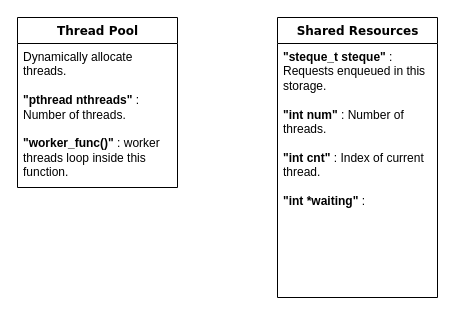
The draw.io diagram multi-client.drawio in kimilg/drawings, before the edit. Source tidied: cells renumbered, new cells numbered last; positions are measured from the earlier drawing's top-left corner, leaving out a move shared by most shapes. Both pictures are drawn from the tidied source at 100%, with x=0, y=0 at pixel (17, 17).
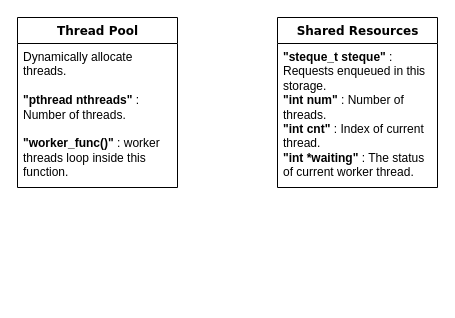
Above is the later version.

The edit, as a diff of the source:
```diff
@@
 <mxGraphModel background="#ffffff">
   <root>
     <mxCell id="0" />
     <mxCell id="1" parent="0" />
     <mxCell id="2" value="Thread Pool" style="swimlane;html=1;fontStyle=1;align=center;verticalAlign=top;horizontal=1;startSize=26;swimlaneFillColor=#ffffff;rounded=0;shadow=0;comic=0;labelBackgroundColor=none;strokeWidth=1;fillColor=none;fontFamily=Verdana;fontSize=12;" parent="1" vertex="1">
       <mxGeometry width="160" height="170" as="geometry" />
     </mxCell>
     <mxCell id="3" value="Dynamically allocate threads.&lt;br&gt;&lt;br&gt;&lt;b&gt;&quot;pthread nthreads&quot;&lt;/b&gt; : Number of threads.&lt;br&gt;&lt;br&gt;&lt;b&gt;&quot;worker_func()&quot;&lt;/b&gt; : worker threads loop inside this function." style="text;html=1;strokeColor=none;fillColor=none;align=left;verticalAlign=top;spacingLeft=4;spacingRight=4;whiteSpace=wrap;overflow=hidden;" parent="2" vertex="1">
       <mxGeometry y="26" width="160" height="144" as="geometry" />
     </mxCell>
     <mxCell id="4" value="Shared Resources" style="swimlane;html=1;fontStyle=1;align=center;verticalAlign=top;horizontal=1;startSize=26;swimlaneFillColor=#ffffff;rounded=0;shadow=0;comic=0;labelBackgroundColor=none;strokeWidth=1;fillColor=none;fontFamily=Verdana;fontSize=12;" parent="1" vertex="1">
-      <mxGeometry x="260" width="160" height="280" as="geometry" />
+      <mxGeometry x="260" width="160" height="170" as="geometry" />
     </mxCell>
-    <mxCell id="5" value="&lt;b&gt;&quot;steque_t steque&quot; &lt;/b&gt;: Requests enqueued in this storage.&lt;br&gt;&lt;br&gt;&lt;b&gt;&quot;int num&quot;&lt;/b&gt; : Number of threads.&lt;br&gt;&lt;br&gt;&lt;b&gt;&quot;int cnt&quot;&lt;/b&gt; : Index of current thread.&lt;br&gt;&lt;br&gt;&lt;b&gt;&quot;int *waiting&quot;&lt;/b&gt; :&amp;nbsp;" style="text;html=1;strokeColor=none;fillColor=none;align=left;verticalAlign=top;spacingLeft=4;spacingRight=4;whiteSpace=wrap;overflow=hidden;" parent="4" vertex="1">
-      <mxGeometry y="26" width="160" height="254" as="geometry" />
+    <mxCell id="5" value="&lt;b&gt;&quot;steque_t steque&quot; &lt;/b&gt;: Requests enqueued in this storage.&lt;br&gt;&lt;b&gt;&quot;int num&quot;&lt;/b&gt; : Number of threads.&lt;br&gt;&lt;b&gt;&quot;int cnt&quot;&lt;/b&gt; : Index of current thread.&lt;br&gt;&lt;b&gt;&quot;int *waiting&quot;&lt;/b&gt; : The status of current worker thread.&lt;br&gt;" style="text;html=1;strokeColor=none;fillColor=none;align=left;verticalAlign=top;spacingLeft=4;spacingRight=4;whiteSpace=wrap;overflow=hidden;" parent="4" vertex="1">
+      <mxGeometry y="26" width="160" height="144" as="geometry" />
     </mxCell>
   </root>
 </mxGraphModel>
```
